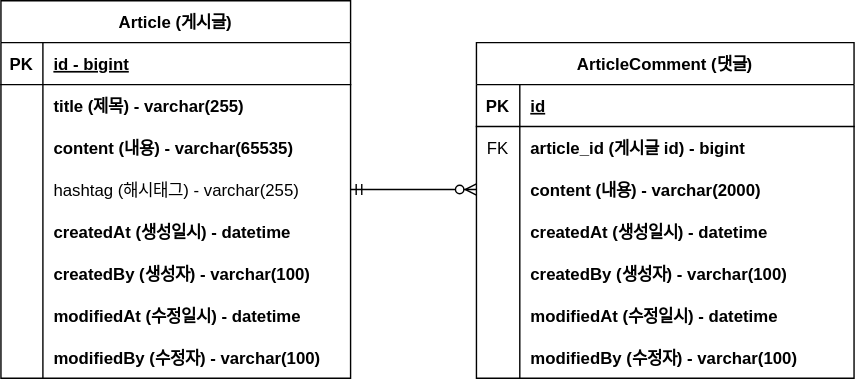
Before: document/project-board-erd.svg, a diagram exported from draw.io (ChangwookYang/fastcampus-project-board). Source tidied: cells renumbered, new cells last; positions are measured from the earlier drawing's top-left corner, leaving out a move shared by most shapes.
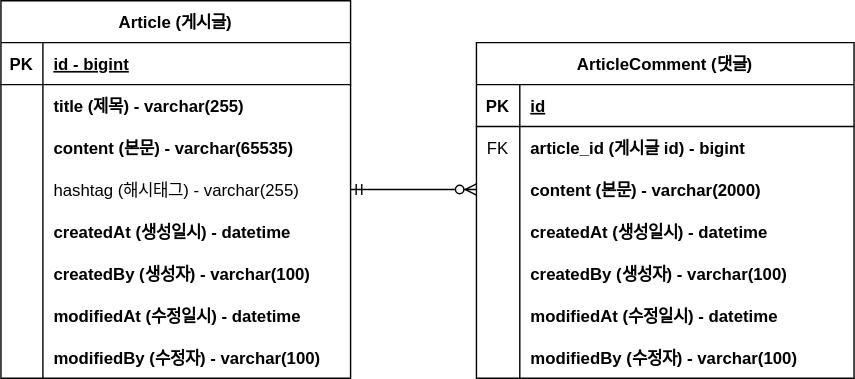
After the change.

Commit message:
#8 - 문구 업데이트

The edit, as a diff of the source:
```diff
@@ -29,7 +29,7 @@
     <mxCell id="10" style="shape=partialRectangle;overflow=hidden;fillColor=none;top=0;left=0;bottom=0;right=0;" parent="9" vertex="1">
       <mxGeometry width="30" height="30" as="geometry" />
     </mxCell>
-    <mxCell id="11" value="content (내용) - varchar(65535)" style="shape=partialRectangle;overflow=hidden;fillColor=none;top=0;left=0;bottom=0;right=0;align=left;spacingLeft=6;fontStyle=1;" parent="9" vertex="1">
+    <mxCell id="11" value="content (본문) - varchar(65535)" style="shape=partialRectangle;overflow=hidden;fillColor=none;top=0;left=0;bottom=0;right=0;align=left;spacingLeft=6;fontStyle=1;" parent="9" vertex="1">
       <mxGeometry x="30" width="220" height="30" as="geometry" />
     </mxCell>
     <mxCell id="12" style="shape=partialRectangle;fillColor=none;points=[[0,0.5],[1,0.5]];portConstraint=eastwest;top=0;left=0;right=0;bottom=0;" parent="2" vertex="1">
@@ -104,7 +104,7 @@
     <mxCell id="35" style="shape=partialRectangle;overflow=hidden;fillColor=none;top=0;left=0;bottom=0;right=0;" parent="34" vertex="1">
       <mxGeometry width="31" height="30" as="geometry" />
     </mxCell>
-    <mxCell id="36" value="content (내용) - varchar(2000)" style="shape=partialRectangle;overflow=hidden;fillColor=none;top=0;left=0;bottom=0;right=0;align=left;spacingLeft=6;fontStyle=1;" parent="34" vertex="1">
+    <mxCell id="36" value="content (본문) - varchar(2000)" style="shape=partialRectangle;overflow=hidden;fillColor=none;top=0;left=0;bottom=0;right=0;align=left;spacingLeft=6;fontStyle=1;" parent="34" vertex="1">
       <mxGeometry x="31" width="239" height="30" as="geometry" />
     </mxCell>
     <mxCell id="37" style="shape=partialRectangle;fillColor=none;top=0;left=0;right=0;bottom=0;" parent="27" vertex="1">
```
